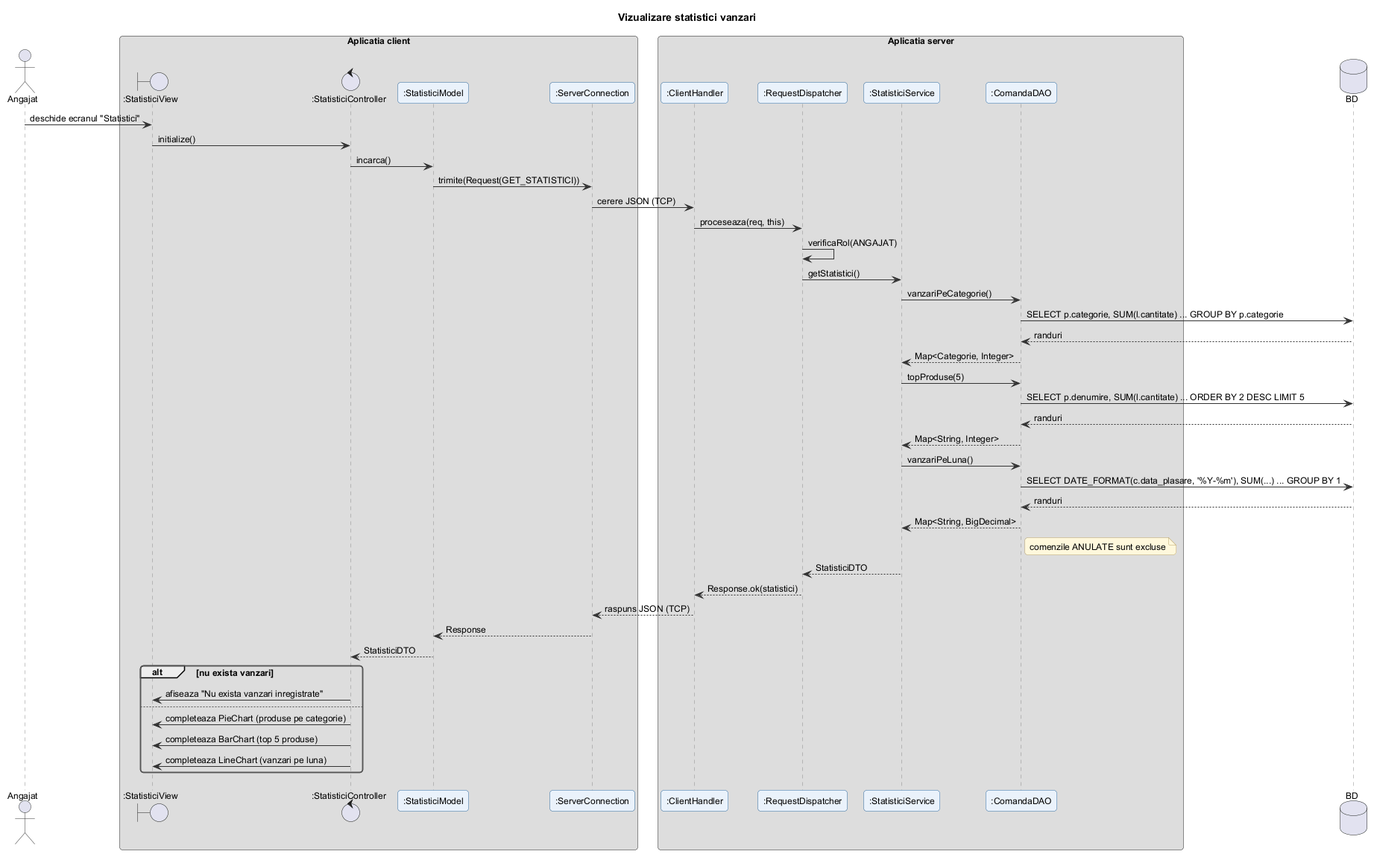
filip-eanu/ProiectIS keeps this PlantUML diagram as docs/diagrame/6_secventa/vizualizare_statistici.png. Above is the earlier version.
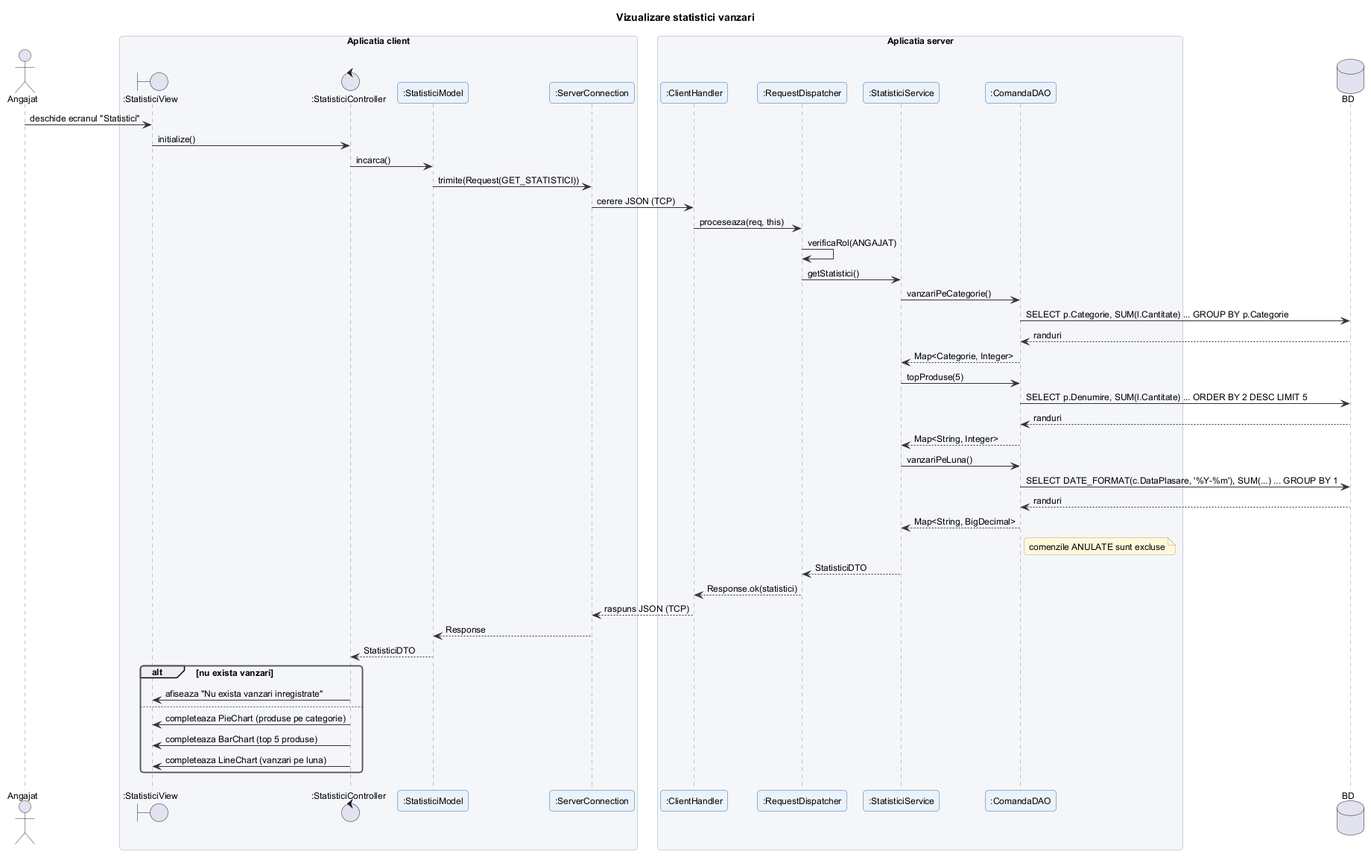
After the commit.

Change to the diagram source:
```diff
@@ -26,15 +26,15 @@
 RD -> RD : verificaRol(ANGAJAT)
 RD -> S : getStatistici()
 S -> D : vanzariPeCategorie()
-D -> DB : SELECT p.categorie, SUM(l.cantitate) ... GROUP BY p.categorie
+D -> DB : SELECT p.Categorie, SUM(l.Cantitate) ... GROUP BY p.Categorie
 DB --> D : randuri
 D --> S : Map<Categorie, Integer>
 S -> D : topProduse(5)
-D -> DB : SELECT p.denumire, SUM(l.cantitate) ... ORDER BY 2 DESC LIMIT 5
+D -> DB : SELECT p.Denumire, SUM(l.Cantitate) ... ORDER BY 2 DESC LIMIT 5
 DB --> D : randuri
 D --> S : Map<String, Integer>
 S -> D : vanzariPeLuna()
-D -> DB : SELECT DATE_FORMAT(c.data_plasare, '%Y-%m'), SUM(...) ... GROUP BY 1
+D -> DB : SELECT DATE_FORMAT(c.DataPlasare, '%Y-%m'), SUM(...) ... GROUP BY 1
 DB --> D : randuri
 D --> S : Map<String, BigDecimal>
 note right of D : comenzile ANULATE sunt excluse
```
